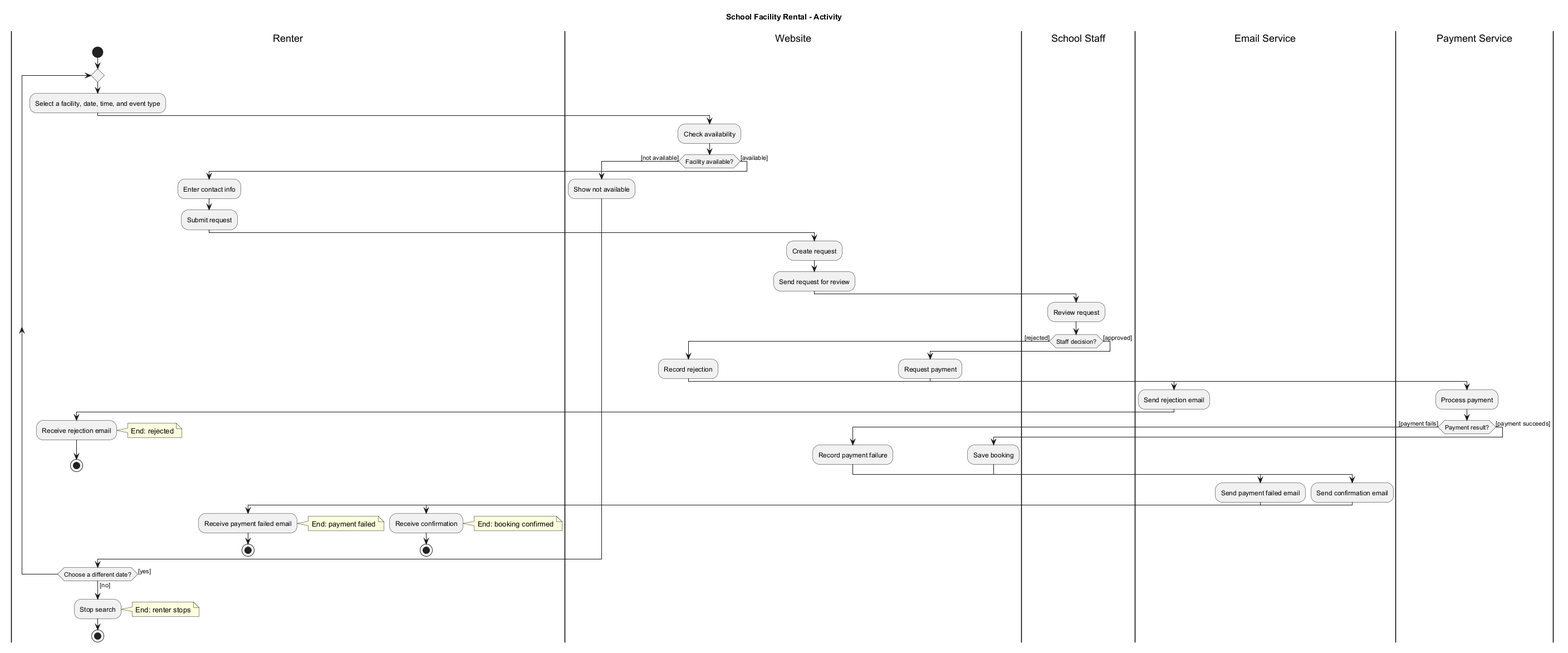
Before: activity_diagram/FacilityRental.png, a diagram exported from PlantUML (khois345/CS5800_HOMEWORK6). Source of this version:
```plantuml
@startuml

title School Facility Rental - Activity

|Renter|
|Website|
|School Staff|
|Email Service|
|Payment Service|

|Renter|
start
repeat
    :Select a facility, date, time, and event type;

    |Website|
    :Check availability;
    if (Facility available?) then ([not available])
        |Website|
        :Show not available;
    else ([available])
        |Renter|
        :Enter contact info;
        :Submit request;

        |Website|
        :Create request;
        :Send request for review;

        |School Staff|
        :Review request;
        if (Staff decision?) then ([rejected])
            |Website|
            :Record rejection;

            |Email Service|
            :Send rejection email;

            |Renter|
            :Receive rejection email;
            note right: End: rejected
            stop
        else ([approved])
            |Website|
            :Request payment;

            |Payment Service|
            :Process payment;

            if (Payment result?) then ([payment fails])
                |Website|
                :Record payment failure;

                |Email Service|
                :Send payment failed email;

                |Renter|
                :Receive payment failed email;
                note right: End: payment failed
                stop
            else ([payment succeeds])
                |Website|
                :Save booking;

                |Email Service|
                :Send confirmation email;

                |Renter|
                :Receive confirmation;
                note right: End: booking confirmed
                stop
            endif
        endif
    endif
    |Renter|
repeat while (Choose a different date?) is ([yes]) not ([no])
:Stop search;
note right: End: renter stops
stop

@enduml
```
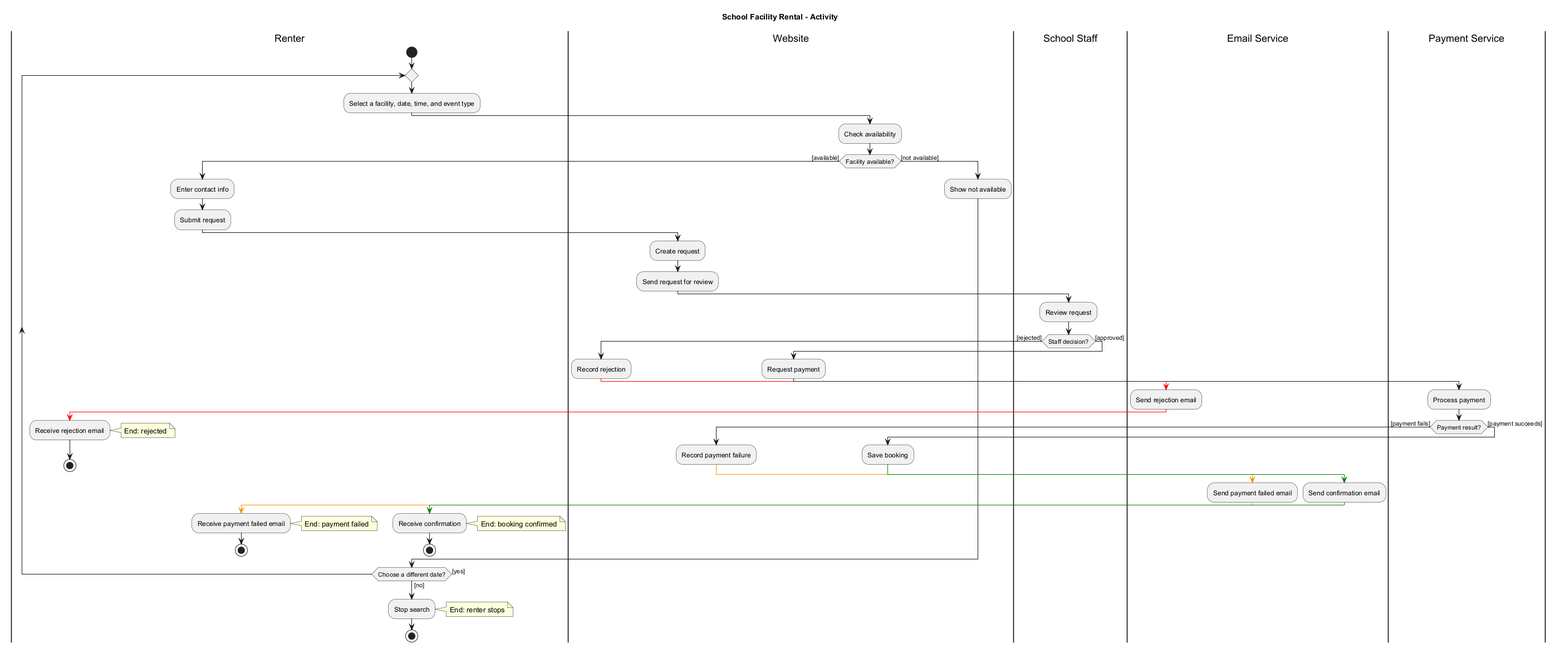
The same diagram one commit later.

Commit message:
Untangled the faculity available by organizing available before and added colors for better visualization

Change to the diagram source:
```diff
@@ -15,10 +15,7 @@
 
     |Website|
     :Check availability;
-    if (Facility available?) then ([not available])
-        |Website|
-        :Show not available;
-    else ([available])
+    if (Facility available?) then ([available])
         |Renter|
         :Enter contact info;
         :Submit request;
@@ -32,9 +29,11 @@
         if (Staff decision?) then ([rejected])
             |Website|
             :Record rejection;
+            -[#Red]->
 
             |Email Service|
             :Send rejection email;
+            -[#Red]->
 
             |Renter|
             :Receive rejection email;
@@ -50,9 +49,11 @@
             if (Payment result?) then ([payment fails])
                 |Website|
                 :Record payment failure;
+                -[#DarkOrange]->
 
                 |Email Service|
                 :Send payment failed email;
+                -[#DarkOrange]->
 
                 |Renter|
                 :Receive payment failed email;
@@ -61,9 +62,11 @@
             else ([payment succeeds])
                 |Website|
                 :Save booking;
+                -[#Green]->
 
                 |Email Service|
                 :Send confirmation email;
+                -[#Green]->
 
                 |Renter|
                 :Receive confirmation;
@@ -71,6 +74,9 @@
                 stop
             endif
         endif
+    else ([not available])
+        |Website|
+        :Show not available;
     endif
     |Renter|
 repeat while (Choose a different date?) is ([yes]) not ([no])
```
